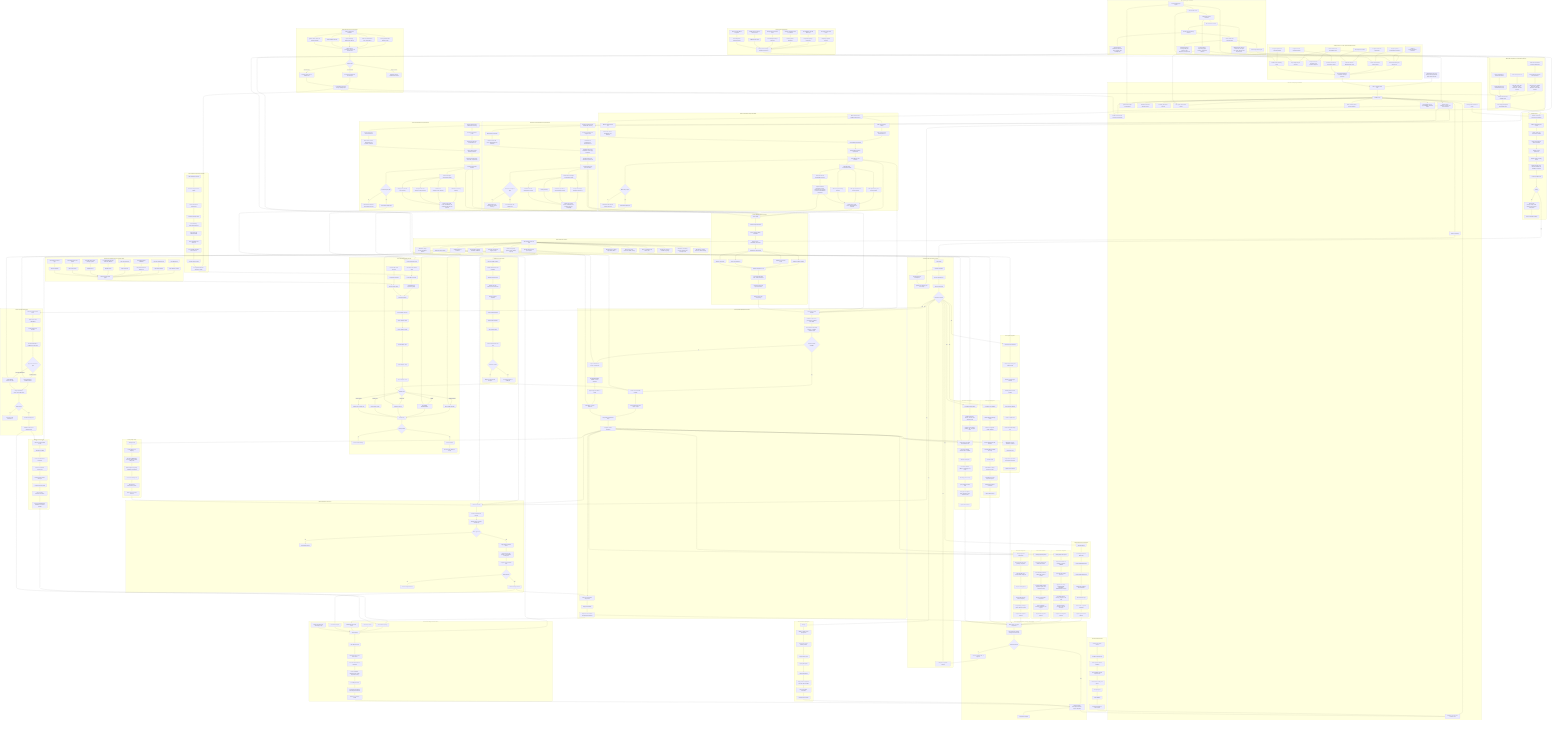
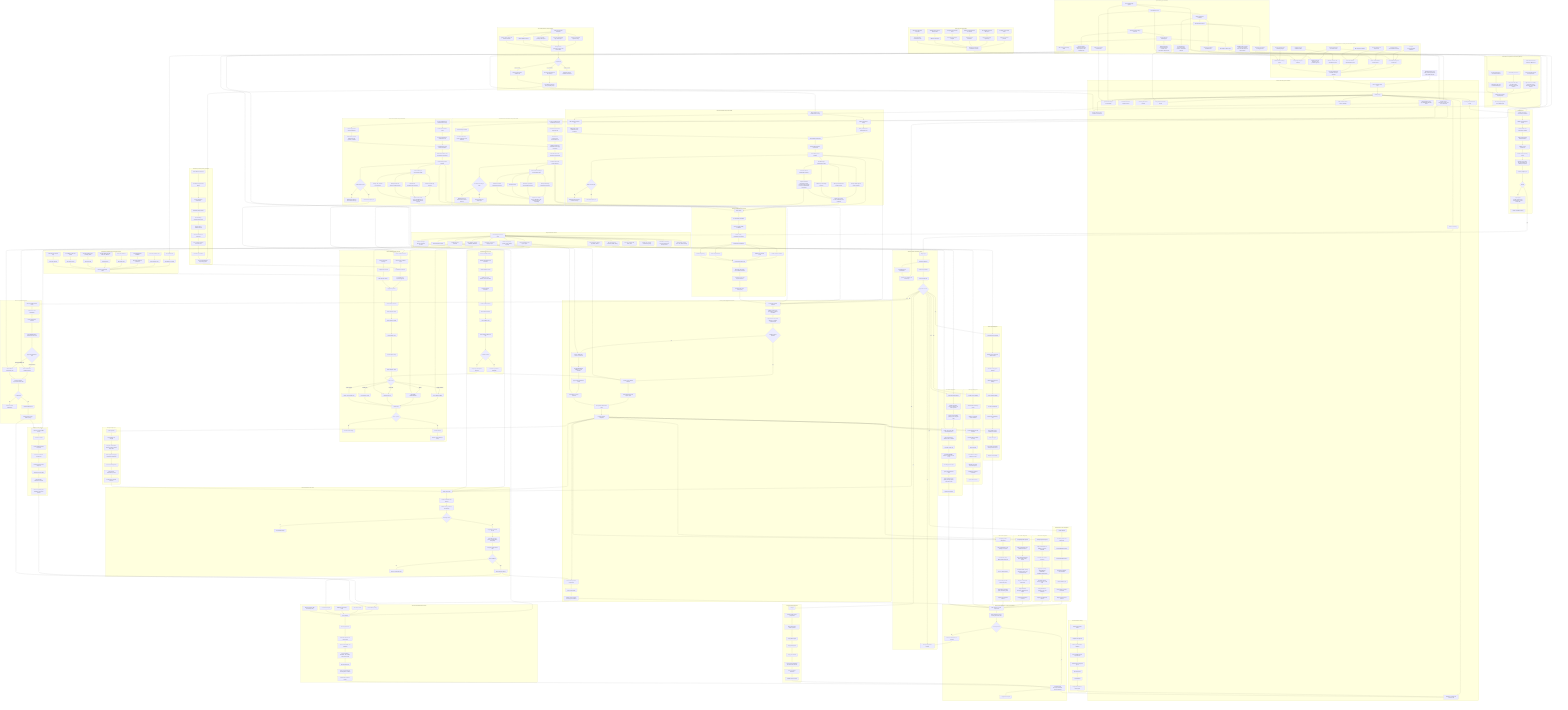
flowchart TD
    START["Management scale view<br/>z/OS provisioning and third-party software lifecycle"] --> CN["Linux or macOS control node"]

    subgraph WORKFORCE["Delivery model: one owner plus AI-assisted execution"]
        OWNER["Human architect and accountable owner"] --> BACKLOG["Architecture backlog and decision log"]
        OWNER --> PRIORITY["Scope triage and pilot selection"]
        OWNER --> REVIEW["Design review, risk acceptance, and production approval"]
        AG1["AI agent: repo/documentation maintainer"] --> BACKLOG
        AG2["AI agent: product documentation researcher"] --> DOCQUEUE["Vendor documentation research queue"]
        AG3["AI agent: Ansible role implementer"] --> ROLEQUEUE["Role and collection implementation queue"]
        AG4["AI agent: test and verification builder"] --> TESTQUEUE["Scenario, molecule, lint, and evidence queue"]
        AG5["AI agent: migration and unwinding analyst"] --> UNWINDQUEUE["Installed-state unwinding queue"]
        COPILOT["IDE completion assistant"] --> ROLEQUEUE
        BACKLOG --> DECISIONS["Recorded assumptions, constraints, and open questions"]
        DOCQUEUE --> DECISIONS
        ROLEQUEUE --> DECISIONS
        TESTQUEUE --> DECISIONS
        UNWINDQUEUE --> DECISIONS
    end

    subgraph CONTROL["Control node and project foundation"]
        CN --> AP["Ansible project"]
        AP --> INV["Inventory and environment model"]
        AP --> ROLES["Shared role catalog"]
        AP --> DATA["Product, region, subsystem, security, and clone definitions"]
        AP --> REPORT["Validation, reporting, and evidence roles"]
        AP --> DOCS["Synchronized design documentation"]
        AP --> DIAGS["Standalone Mermaid diagram sources"]
        AP --> GIT["Git history with atomic commits"]
        AP --> CI["Lint, syntax, and scenario checks"]
        AP --> SECRETS["Vault, credential, token, and key handling"]
        AP --> COLLECTIONS["Ansible collections and execution environments"]
        AP --> TEMPLATES["Jinja templates for JCL, SQL, PARMLIB, PROCLIB, RACF"]
    end

    subgraph GAPS["Top-to-bottom gap remediation"]
        GAP1["Cross-document gap register"] --> GAP2["Pilot selection record"]
        GAP2 --> GAP3["Artifact and schema foundation"]
        GAP3 --> GAP4["IBM automation contract"]
        GAP4 --> GAP5["Security and clone-factory decisions"]
        GAP5 --> GAP6["Vendor intake and unwinding plan"]
        GAP6 --> GAP7["Pilot design readiness gate"]
        GAP3 --> GAP8["Product definition, dependency graph, evidence, and backout schemas"]
        GAP4 --> GAP9["z/OSMF, Ansible collection, control-node, managed-node, CICS, IMS, Db2, and MQ decisions"]
        GAP5 --> GAP10["Security backend abstraction, RACF-first clone template, z/VM capability map"]
        GAP6 --> GAP11["Entitlement-backed inventory, BMC pilot evidence, OSS dispositions, sidequest rule"]
+         GAP2 --> GAP12["Pilot and governance controls detail"]
+         GAP3 --> GAP13["Schema and evidence foundation detail"]
+         GAP4 --> GAP14["Automation contract and security gap detail"]
+         GAP6 --> GAP15["BMC read-only unwinding detail"]
    end

    subgraph IBMDOCS["IBM Ansible and platform documentation gathering"]
        ID1["Gather Red Hat Ansible Content for IBM Z docs"] --> ID2["Record collection versions and requirements"]
        ID2 --> ID3["Map z/OS Core, z/OSMF, CICS, IMS, System Automation, and Z HMC modules"]
        ID4["Gather IBM product docs"] --> ID5["Map z/OS, CICS, IMS, Db2, MQ, System Automation, and z/VM surfaces"]
        ID6["Probe unsupported or unconfirmed surfaces"] --> ID7["Classify Db2, MQ, and z/VM automation gaps"]
        ID3 --> ID8["Platform and collection capability maps"]
        ID5 --> ID8
        ID7 --> ID8
        ID8 --> ID9["Role design prerequisites and preflight inputs"]
    end

    subgraph OSSDOCS["OSS tooling discovery and governance"]
        OSS1["Collect relevant OSS candidates"] --> OSS2["Feilong and IBM z/VM adjacent tooling"]
        OSS1 --> OSS3["Zowe CLI, API Mediation Layer, and Explorer"]
        OSS1 --> OSS4["zopen community packages and Git port"]
        OSS1 --> OSS5["Galasa validation harness"]
        OSS1 --> OSS6["py3270, x3270, s3270, and emulator watchlist"]
        OSS2 --> OSS7["Classify license, provenance, support, and internal owner"]
        OSS3 --> OSS7
        OSS4 --> OSS7
        OSS5 --> OSS7
        OSS6 --> OSS7
        OSS7 --> OSS8{"Adoption lane"}
        OSS8 -- "Core candidate" --> OSS9["Pin version and mirror into internal depot"]
        OSS8 -- "Optional helper" --> OSS10["Track as control-node or validation aid"]
        OSS8 -- "Risky or unclear" --> OSS11["Quarantine outside executable automation"]
        OSS9 --> OSS12["Feed platform and clone-factory capability maps"]
        OSS10 --> OSS12
    end

    subgraph ARCH["Target architecture surfaces"]
        ROLES --> ZOS["z/OS managed node over SSH"]
        ZOS --> ZOSMF["z/OSMF APIs and workflows"]
        ZOS --> ZOAU["ZOAU and Python runtime"]
        ZOS --> JES["JES job submission and spool capture"]
        ZOS --> MVS["MVS datasets, catalogs, PROCLIB, PARMLIB"]
        ZOS --> USS["USS paths, permissions, tagging, scripts"]
        ZOS --> SMPE["SMP/E CSI, target libraries, distribution libraries"]
        ZOS --> RACF["RACF users, groups, profiles, permits, OMVS, keyrings"]
        ZOS --> CICSAPI["CICS TS, CICSPlex SM, CMCI, CSD"]
        ZOS --> IMSAPI["IMS control regions, commands, DBRC, catalog"]
        ZOS --> DB2API["Db2 subsystems, catalog, SQL, BIND, utilities"]
        ZOS --> TCPIP["TCP/IP, ports, resolver, certificates, keyrings"]
        ZOS --> AUTO["Automation, scheduling, console command, and message hooks"]
        ZOS --> STORAGE["SMS classes, volumes, ACS rules, dataset naming"]
    end

    subgraph PREFLIGHT["Preflight checks"]
        INV --> PF1["Validate control node versions and collections"]
        PF1 --> PF2["Validate SSH and Python on z/OS"]
        PF2 --> PF3["Validate ZOAU and environment variables"]
        PF3 --> PF4["Gather z/OS facts and dataset standards"]
        PF4 --> PF5["Validate security permissions"]
        PF5 --> PF6["Validate storage and HLQ access"]
        PF6 --> PF7["Validate product, CICS, IMS, Db2, SMP/E, and z/OSMF prerequisites"]
        PF7 --> PF8["Produce preflight report"]
        PF8 --> PFGATE{"Ready?"}
        PFGATE -- "No" --> PFGAP["Report gaps<br/>security, storage, SSH, ZOAU, Python, product media, APIs"]
        PFGAP --> PFFOLLOW["Create remediation backlog"]
    end

    ID9 --> PF1
    ID9 --> COLLECTIONS
    OSS12 --> ID8
    OSS12 --> COLLECTIONS
    OSS12 --> DP10
    GAP1 --> BACKLOG
    GAP1 --> DOCS
    GAP2 --> PRIORITY
    GAP7 --> IN8
    GAP8 --> DATA
    GAP8 --> CI
    GAP9 --> ID8
    GAP9 --> PF1
    GAP10 --> CL2
    GAP10 --> R1
    GAP11 --> DOCQUEUE
    GAP11 --> UNWINDQUEUE
+     GAP12 --> DOCS
+     GAP13 --> DATA
+     GAP14 --> PF1
+     GAP15 --> BMC1
+     GAP15 --> UW1

    subgraph INTAKE["Enterprise intake and design controls"]
        PFGATE -- "Yes" --> IN1["Stage inputs"]
        IN1 --> IN2["Normalize definitions"]
        IN2 --> IN3["Resolve dependencies"]
        IN3 --> IN4["Build execution plan"]
        IN4 --> IN5{"Approval to execute?"}
        IN5 -- "No" --> IN6["Hold plan and publish findings"]
        IN2 --> IN7["Tag unknowns and assumptions"]
        IN7 --> IN8["Split into pilot, backlog, and out-of-scope"]
    end

    subgraph ZOSMFCTRL["z/OSMF-first control model"]
        ZM1["Discover z/OSMF services"] --> ZM2["Validate authentication and certificates"]
        ZM2 --> ZM3["Validate workflow service"]
        ZM3 --> ZM4["Validate jobs, files, datasets, and console APIs"]
        ZM4 --> ZM5["Register workflow templates"]
        ZM5 --> ZM6["Create workflow instance"]
        ZM6 --> ZM7["Bind workflow variables"]
        ZM7 --> ZM8["Drive workflow steps"]
        ZM8 --> ZM9["Collect workflow status and logs"]
        ZM9 --> ZM10{"Workflow reusable?"}
        ZM10 -- "Yes" --> ZM11["Promote as preferred install path"]
        ZM10 -- "No" --> ZM12["Wrap as product-specific exception"]
    end

    subgraph PRODUCTMODEL["Product definition schema pressure"]
        PD1["Vendor family"] --> PD2["Product identity and aliases"]
        PD2 --> PD3["Version, release, FMIDs, SYSMODs"]
        PD3 --> PD4["Media, service, HOLDDATA, checksums"]
        PD4 --> PD5["Install method classification"]
        PD5 --> PD6["z/OSMF workflow variables"]
        PD5 --> PD7["SMP/E zones and CSI model"]
        PD5 --> PD8["Vendor JCL parameters"]
        PD5 --> PD9["Runtime-only overlay"]
        PD6 --> PD10["Runtime integration hooks"]
        PD7 --> PD10
        PD8 --> PD10
        PD9 --> PD10
        PD10 --> PD11["CICS, IMS, Db2, RACF, USS, TCP/IP, automation"]
        PD11 --> PD12["Verification probes and expected evidence"]
        PD12 --> PD13["Backout, hold, soak, accept policy"]
    end

    subgraph BMC["BMC documentation and product intake"]
        BMC1["BMC entitlement and installed-state inventory"] --> BMC2["BMC documentation catalog"]
        BMC1 --> BMC3["BMC Product Download Tool"]
        BMC2 --> BMC4["BMC product/version documentation set"]
        BMC3 --> BMC5["BMC media, service, HOLDDATA, tools, workflows"]
        BMC4 --> BMC6["Classify BMC install method"]
        BMC5 --> BMC6
        BMC6 --> BMC7["Extract BMC automation requirements"]
        BMC7 --> BMC8["Create BMC product definition"]
        BMC8 --> BMC9{"BMC ready for pilot?"}
        BMC9 -- "No" --> BMC10["Mark BMC unknowns and continue discovery"]
        BMC9 -- "Yes" --> BMC11["Select BMC adapter pilot"]
        BMC8 --> BMC12["First BMC target documentation intake"]
        BMC12 --> BMC13["AMI Ops Monitoring and monitor products"]
        BMC12 --> BMC14["AMI Ops Automation and licensed options"]
        BMC12 --> BMC15["AMI DevX product-family inventory"]
        BMC12 --> BMC17["Control-M suite and INCONTROL inventory"]
        BMC13 --> BMC16["Capture docs, media, service, HOLDDATA, JCL, workflows"]
        BMC14 --> BMC16
        BMC15 --> BMC16
        BMC17 --> BMC18["Capture distributed orchestration, agents, Automation API, Control-M for z/OS, and INCONTROL components"]
        BMC18 --> BMC16
    end

    subgraph BROADCOM["Broadcom CA documentation and product intake"]
        CA1["Broadcom entitlement and installed-state inventory"] --> CA2["Broadcom TechDocs and Support Portal"]
        CA1 --> CA3["Broadcom My Downloads"]
        CA2 --> CA4["Broadcom CA product/version documentation set"]
        CA3 --> CA5["Broadcom CA media, service, HOLDDATA, tools, workflows"]
        CA4 --> CA6["Classify Broadcom CA install method and legacy CA aliases"]
        CA5 --> CA6
        CA6 --> CA7["Extract Broadcom CA automation requirements"]
        CA7 --> CA8["Create Broadcom CA product definition"]
        CA8 --> CA9{"Broadcom CA ready for pilot?"}
        CA9 -- "No" --> CA10["Mark Broadcom CA unknowns and continue discovery"]
        CA9 -- "Yes" --> CA11["Select Broadcom CA adapter pilot"]
        CA8 --> CA12["First Broadcom CA target documentation intake"]
        CA12 --> CA13["DevOps and change-management inventory"]
        CA12 --> CA14["Automation, operations, and scheduling inventory"]
        CA12 --> CA15["Security inventory"]
        CA12 --> CA16["Database and data-management inventory"]
        CA13 --> CA17["Capture docs, media, service, HOLDDATA, JCL, workflows, lifecycle, compatibility"]
        CA14 --> CA17
        CA15 --> CA17
        CA16 --> CA17
    end

    subgraph ROCKET["Rocket documentation and product intake"]
        RK1["Rocket entitlement and installed-state inventory"] --> RK2["Rocket documentation portal"]
        RK1 --> RK3["Rocket support and download channels"]
        RK2 --> RK4["Rocket product/version documentation set"]
        RK3 --> RK5["Rocket media, service, HOLDDATA, USS payloads, workflows"]
        RK4 --> RK6["Classify Rocket install method and aliases"]
        RK5 --> RK6
        RK6 --> RK7["Extract Rocket MVS, USS, and runtime requirements"]
        RK7 --> RK8["Create Rocket product definition"]
        RK8 --> RK9{"Rocket ready for pilot?"}
        RK9 -- "No" --> RK10["Mark Rocket unknowns and continue discovery"]
        RK9 -- "Yes" --> RK11["Select Rocket adapter pilot"]
        RK8 --> RK12["First Rocket target documentation intake"]
        RK12 --> RK13["TMON and monitoring inventory"]
        RK12 --> RK14["Mainstar and storage/recovery inventory"]
        RK12 --> RK15["Enterprise Suite and developer tooling inventory"]
        RK12 --> RK16["Change, JCL, and data tools inventory"]
        RK13 --> RK17["Capture docs, media, service, HOLDDATA, JCL, workflows, USS and Java payloads"]
        RK14 --> RK17
        RK15 --> RK17
        RK16 --> RK17
    end

    subgraph VENDORLIFE["Generic third-party vendor lifecycle"]
        VD1["Vendor media and service"] --> VD2["Internal vendor software depot"]
        VD2 --> VD3["Product bill of materials"]
        VD3 --> VD4["Compatibility and dependency graph"]
        VD5["Current z/OS estate discovery"] --> VD6["Configuration unwinder"]
        VD6 --> VD7["Observed state catalog"]
        VD4 --> VD8["Deployment planner"]
        VD7 --> VD8
        VD8 --> VA1["Vendor adapter: discover"]
        VA1 --> VA2["Vendor adapter: intake"]
        VA2 --> VA3["Vendor adapter: classify"]
        VA3 --> VA4["Vendor adapter: plan"]
        VA4 --> VA5["Vendor adapter: stage"]
        VA5 --> VA6["Vendor adapter: check"]
        VA6 --> VA7{"Install method"}
        VA7 -- "z/OSMF workflow" --> VA8["Drive z/OSMF workflow"]
        VA7 -- "SMP/E" --> VA9["Run SMP/E RECEIVE/APPLY"]
        VA7 -- "Vendor JCL" --> VA10["Submit vendor JCL"]
        VA7 -- "Runtime only" --> VA11["Apply runtime overlay"]
        VA7 -- "Legacy capture" --> VA12["Capture and normalize only"]
        VA8 --> VA13["Vendor verify"]
        VA9 --> VA13
        VA10 --> VA13
        VA11 --> VA13
        VA12 --> VA13
        VA13 --> VA14{"Vendor passed?"}
        VA14 -- "No" --> VA15["Recover vendor change"]
        VA14 -- "Yes" --> VA16["Vendor evidence"]
        VA16 --> VA17["Promote, hold, rollback, or accept"]
    end

    subgraph DEPOT["Internal depot and repository operations"]
        DP1["Raw entitlement download"] --> DP2["Checksum and provenance capture"]
        DP2 --> DP3["License and access classification"]
        DP3 --> DP4["Normalize package names"]
        DP4 --> DP5["Store media by vendor/product/version"]
        DP5 --> DP6["Store service by APAR/PTF/build"]
        DP6 --> DP7["Store HOLDDATA and advisories"]
        DP7 --> DP8["Store z/OSMF workflows and vendor JCL"]
        DP8 --> DP9["Generate depot manifest"]
        DP9 --> DP10["Feed product BOM and dependency graph"]
    end

    subgraph UNWIND["Configuration unwinding and current-state capture"]
        UW1["Scan SMP/E CSIs"] --> UW2["Map FMIDs to products"]
        UW3["Scan APF, LINKLIST, LPA"] --> UW4["Map runtime libraries"]
        UW5["Scan PROCLIB and PARMLIB"] --> UW6["Map started tasks and parameters"]
        UW7["Scan CICS definitions"] --> UW8["Map CICS hooks"]
        UW9["Scan IMS PROCLIB, DBD, PSB, ACB, RECON"] --> UW10["Map IMS hooks"]
        UW11["Scan Db2 catalog, plans, packages, grants"] --> UW12["Map Db2 hooks"]
        UW13["Scan RACF profiles and permits"] --> UW14["Map security hooks"]
        UW15["Scan USS trees and file tags"] --> UW16["Map USS payloads"]
        UW2 --> UW17["Observed product state graph"]
        UW4 --> UW17
        UW6 --> UW17
        UW8 --> UW17
        UW10 --> UW17
        UW12 --> UW17
        UW14 --> UW17
        UW16 --> UW17
    end

    subgraph VENDORDEPLOY["Vendor product deployment execution"]
        VP1["Load vendor product definition"] --> VP2["Validate media, license, prerequisites, workflows, and FMIDs"]
        VP2 --> VP3["Stage media to USS, MVS datasets, or z/OSMF workflow inputs"]
        VP3 --> VP4{"z/OSMF workflow available?"}
        VP4 -- "Yes" --> VP5["Create or drive z/OSMF workflow"]
        VP4 -- "No" --> VP6["Prepare SMP/E CSI, zones, or vendor JCL"]
        VP5 --> VP7["Track workflow steps and capture output"]
        VP6 --> VP8["Run RECEIVE/APPLY CHECK or vendor validation"]
        VP8 --> VP9["Approval gate for APPLY or install"]
        VP9 --> VP10["Run APPLY or vendor install JCL"]
        VP7 --> VP11["Run product customization steps"]
        VP10 --> VP11
        VP11 --> VP12["Configure runtime integration"]
        VP12 --> VP13["Start or refresh product components"]
        VP13 --> VP14["Verify product status"]
        VP14 --> VP15["Capture vendor evidence and deployment manifest"]
    end

    subgraph SHAREDZOS["Shared z/OS services deployment"]
        SZ1["Allocate datasets"] --> SZ2["Set catalog aliases and SMS policy"]
        SZ2 --> SZ3["Render PARMLIB members"]
        SZ3 --> SZ4["Render PROCLIB members"]
        SZ4 --> SZ5["Update APF, LINKLIST, LPA candidates"]
        SZ5 --> SZ6["Submit validation jobs"]
        SZ6 --> SZ7["Issue refresh or operator commands"]
        SZ7 --> SZ8["Capture system-service evidence"]
    end

    subgraph CICS["CICS region deployment"]
        C1["Load CICS region definition"] --> C2["Validate region naming and dataset model"]
        C2 --> C3["Allocate or verify region datasets"]
        C3 --> C4["Initialize global and local catalogs"]
        C4 --> C5["Create auxiliary datasets"]
        C5 --> C6["Create or update CSD"]
        C6 --> C7["Render and install startup JCL"]
        C7 --> C8["Apply CMCI resource definitions if enabled"]
        C8 --> C9["Start CICS region"]
        C9 --> C10["Verify CICS region status and expected resources"]
        C10 --> C11["Capture CICS evidence"]
    end

    subgraph CICSINTEG["CICS vendor integration"]
        CI1["Identify target CICS regions"] --> CI2["Map product libraries to DFHRPL or dynamic LIBRARY"]
        CI2 --> CI3["Generate CSD or BAS resources"]
        CI3 --> CI4["Apply PLT, SIT, TDQ, TCPIPSERVICE, PROGRAM, TRANSACTION changes"]
        CI4 --> CI5["Coordinate phase-in, newcopy, recycle, or cold start"]
        CI5 --> CI6["Verify transactions, programs, exits, and messages"]
        CI6 --> CI7["Capture CICS integration evidence"]
    end

    subgraph IMS["IMS region deployment"]
        I1["Load IMS region definition"] --> I2["Validate IMSID and library model"]
        I2 --> I3["Allocate or verify IMS runtime datasets"]
        I3 --> I4["Render PROCLIB and JCL members"]
        I4 --> I5["Generate DBDs and PSBs if in scope"]
        I5 --> I6["Generate ACBs"]
        I6 --> I7["Run DBRC or catalog actions if in scope"]
        I7 --> I8["Start IMS control and dependent regions"]
        I8 --> I9["Submit IMS verification commands"]
        I9 --> I10["Capture IMS evidence"]
    end

    subgraph IMSINTEG["IMS vendor integration"]
        II1["Identify target IMS systems"] --> II2["Map product libraries and PROCLIB members"]
        II2 --> II3["Generate IMS parameters, DBDs, PSBs, ACBs if needed"]
        II3 --> II4["Coordinate DBRC, catalog, dependent regions, and command security"]
        II4 --> II5["Recycle or refresh IMS components"]
        II5 --> II6["Verify commands, messages, databases, and regions"]
        II6 --> II7["Capture IMS integration evidence"]
    end

    subgraph DB2["Db2 artifact deployment"]
        D1["Load Db2 artifact definition"] --> D2["Validate subsystem, schema, collection, and authority model"]
        D2 --> D3["Capture current catalog, package, plan, and grant state"]
        D3 --> D4["Render SQL, bind, utility, and verification JCL"]
        D4 --> D5["Run non-destructive validation where available"]
        D5 --> D6["Run DDL or DCL jobs"]
        D6 --> D7["Run BIND, REBIND, FREE, or package jobs if in scope"]
        D7 --> D8["Run utility jobs if in scope"]
        D8 --> D9["Query catalog and bind state"]
        D9 --> D10["Verify expected objects, grants, packages, plans, and return codes"]
        D10 --> D11["Capture Db2 evidence"]
    end

    subgraph DB2INTEG["Db2 vendor integration"]
        DI1["Identify target Db2 subsystems"] --> DI2["Map product libraries, SQL, packages, and plans"]
        DI2 --> DI3["Generate DDL, DCL, BIND, GRANT, utility jobs"]
        DI3 --> DI4["Run pre-catalog capture"]
        DI4 --> DI5["Execute Db2 jobs with return-code policy"]
        DI5 --> DI6["Verify catalog, packages, plans, collections, grants"]
        DI6 --> DI7["Capture Db2 integration evidence"]
    end

    subgraph RACFCTL["RACF maintenance and control"]
        R1["RACF desired state"] --> R2["Render commands and backout"]
        R2 --> R3["Validate naming, collisions, and authority"]
        R3 --> R4{"RACF approved?"}
        R4 -- "No" --> R5["Report RACF findings"]
        R4 -- "Yes" --> R6["Apply RACF command stream"]
        R6 --> R7["Query users, groups, profiles, permits, OMVS, and keyrings"]
        R7 --> R8["Compare expected RACF state"]
        R8 --> R9{"RACF matched?"}
        R9 -- "No" --> R10["Recover or flag RACF drift"]
        R9 -- "Yes" --> R11["Publish security evidence"]
    end

    subgraph SECURITYDESIGN["Security design scope"]
        SD1["Authority model"] --> SD2["Least-privilege role mapping"]
        SD2 --> SD3["Surrogate, OPERCMDS, FACILITY, dataset, started-task profiles"]
        SD3 --> SD4["OMVS segments, keyrings, certificates, PassTickets"]
        SD4 --> SD5["Clone-local identity model"]
        SD5 --> SD6["Disconnected authentication posture"]
        SD6 --> SD7["Audit evidence and drift detection"]
    end

    subgraph MAINT["z/OS and product maintenance"]
        M1["Discover installed service levels"] --> M2["Intake service and HOLDDATA"]
        M2 --> M3["Create maintenance manifest"]
        M3 --> M4["Run RECEIVE/APPLY CHECK and hold review"]
        M4 --> M5{"Approved maintenance path"}
        M5 -- "z/OSMF workflow" --> M6["Drive maintenance z/OSMF workflow"]
        M5 -- "Generated SMP/E JCL" --> M7["Submit SMP/E maintenance jobs"]
        M6 --> M8["Verify CSI, libraries, reports, and runtime state"]
        M7 --> M8
        M8 --> M9{"Soak passed?"}
        M9 -- "No" --> M10["Recover or hold maintenance"]
        M9 -- "Yes" --> M11["ACCEPT with approval"]
        M11 --> M12["Publish service level to SMP repository"]
    end

    subgraph SMPEFACTORY["SMP/E repository factory"]
        SF1["Receive vendor and IBM service"] --> SF2["Run APPLY CHECK"]
        SF2 --> SF3["Review HOLDDATA and exceptions"]
        SF3 --> SF4["Promote to controlled service level"]
        SF4 --> SF5["Build canonical CSI and library set"]
        SF5 --> SF6["Snapshot repository state"]
        SF6 --> SF7["Emit cloneable maintenance baseline"]
        SF7 --> SF8["Record compatibility with middleware and vendor products"]
    end

    subgraph FULLENV["Full environment deployment"]
        F1["Preflight"] --> F2["Install or update vendor prerequisites"]
        F2 --> F3["Deploy base vendor runtime products"]
        F3 --> F4["Deploy CICS regions"]
        F4 --> F5["Deploy IMS regions"]
        F5 --> F6["Deploy Db2 artifacts"]
        F6 --> F7["Deploy vendor integrations into CICS, IMS, and Db2"]
        F7 --> F8["Run cross-system verification"]
        F8 --> F9["Publish evidence bundle"]
    end

    subgraph CLONE["Disconnected VM guest clone factory"]
        CL1["Internal SMP repository"] --> CL2["Clone manifest"]
        CL3["z/OS service levels"] --> CL2
        CL4["Middleware and vendor levels"] --> CL2
        CL5["Local RACF template"] --> CL2
        CL6["VM guest network, disk, and storage policy"] --> CL2
        CL2 --> CL7["Plan VM guest clone"]
        CL7 --> CL8["Materialize datasets and USS content"]
        CL8 --> CL9["Generate local RACF and certificates"]
        CL9 --> CL10["Render PARMLIB, PROCLIB, JES, TCP/IP, and product config"]
        CL10 --> CL11["Boot VM guest clone"]
        CL11 --> CL12["Verify local-only authority and subsystem readiness"]
        CL12 --> CL13["Publish clone evidence bundle"]
    end

    subgraph TESTING["Test and evidence strategy"]
        T1["Static lint and syntax checks"] --> T2["Template rendering tests"]
        T2 --> T3["Offline product-definition validation"]
        T3 --> T4["Mock z/OSMF and JES response tests"]
        T4 --> T5["Sandbox z/OS or VM guest dry run"]
        T5 --> T6["Pilot deployment"]
        T6 --> T7["Soak validation"]
        T7 --> T8["Regression bundle for future agents"]
    end

    subgraph RISK["Scale and risk communication"]
        K1["No single vendor install model"] --> K2["Adapter-per-product pressure"]
        K3["No established universal SMP repos"] --> K4["Depot and repository engineering"]
        K5["Existing configuration must be unwound"] --> K6["Discovery before automation"]
        K7["Security and disconnected clones"] --> K8["Local authority model per VM guest"]
        K9["z/OSMF preferred but not sufficient alone"] --> K10["Fallbacks still required"]
        K11["CICS, IMS, Db2, RACF integration"] --> K12["Cross-subsystem verification burden"]
        K2 --> K13["Management takeaway: feasible but enormous"]
        K4 --> K13
        K6 --> K13
        K8 --> K13
        K10 --> K13
        K12 --> K13
    end

    subgraph VERIFY["Cross-system verification, recovery, and evidence"]
        X1["Start, refresh, or recycle components"] --> X2["Verify subsystem, product, security, and service state"]
        X2 --> X3{"All checks passed?"}
        X3 -- "No" --> X4["Recover, rollback, hold, or flag drift"]
        X3 -- "Yes" --> X5["Evidence bundle<br/>JES output, manifests, reports, snapshots"]
        X5 --> X6["Deployment complete"]
    end

    DECISIONS --> CN
    DATA --> BMC1
    DATA --> CA1
    DATA --> RK1
    BMC11 --> VD1
    CA11 --> VD1
    RK11 --> VD1
    BMC8 --> VP1
    CA8 --> VP1
    RK8 --> VP1
    BMC8 --> PD1
    BMC16 --> PD1
    BMC18 --> PD1
    CA8 --> PD1
    CA17 --> PD1
    RK8 --> PD1
    RK17 --> PD1
    DP10 --> VD3
    UW17 --> VD7
    PD13 --> VP1

    IN5 -- "Yes" --> VP1
    IN5 -- "Yes" --> SZ1
    IN5 -- "Yes" --> C1
    IN5 -- "Yes" --> I1
    IN5 -- "Yes" --> D1
    IN5 -- "Yes" --> R1
    IN5 -- "Yes" --> M1
    IN5 -- "Yes" --> F1

    ZOSMF --> VA8
    ZOSMF --> VP5
    ZOSMF --> M6
    ZOSMF --> ZM1
    SMPE --> VA9
    SMPE --> VP6
    SMPE --> M7
    SMPE --> SF1
    JES --> VA10
    JES --> VP10
    JES --> D4
    RACF --> R1
    CICSAPI --> C1
    IMSAPI --> I1
    DB2API --> D1

    ZM11 --> VP5
    ZM12 --> VA7
    VP12 --> C8
    VP12 --> I4
    VP12 --> D4
    VP12 --> R1
    VP12 --> CI1
    VP12 --> II1
    VP12 --> DI1
    VP12 --> SD1
    SZ8 --> X1
    CI7 --> X1
    II7 --> X1
    DI7 --> X1
    SD7 --> R1
    R11 --> VP13
    C11 --> X1
    I10 --> X1
    D11 --> X1
    VP15 --> X1
    M12 --> SF1
    SF8 --> CL1
    M12 --> CL1
    VP15 --> CL4
    R11 --> CL5
    F9 --> X5
    CL13 --> X5
    T8 --> REPORT
    K13 --> REVIEW

    X4 --> IN6
    X5 --> REPORT
